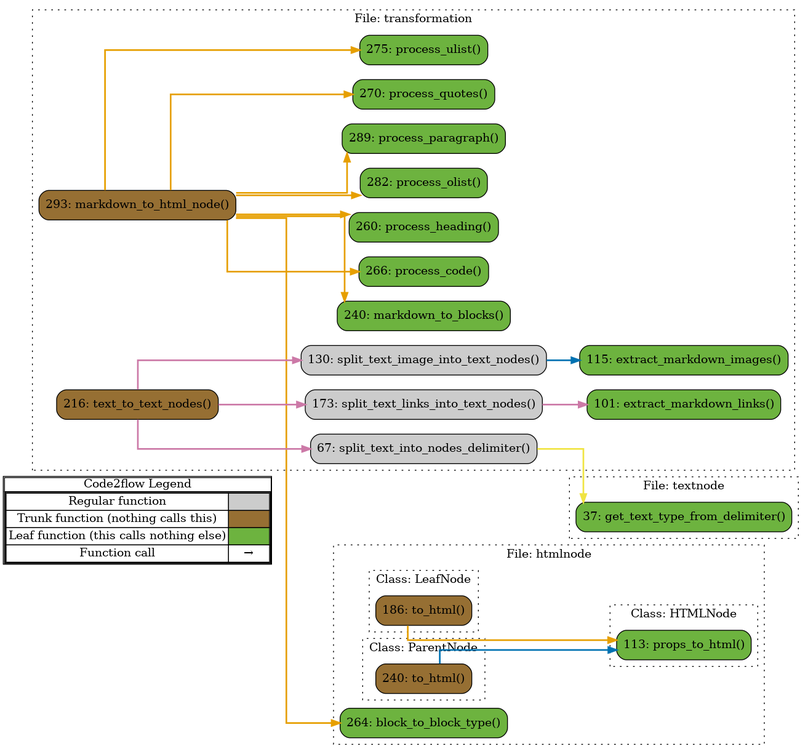
The Graphviz diagram code_metrics/method_dependencies.png in joss-thu/static-site-generator, before a commit. Its source is kept beside it as code_metrics/method_dependencies.gv.
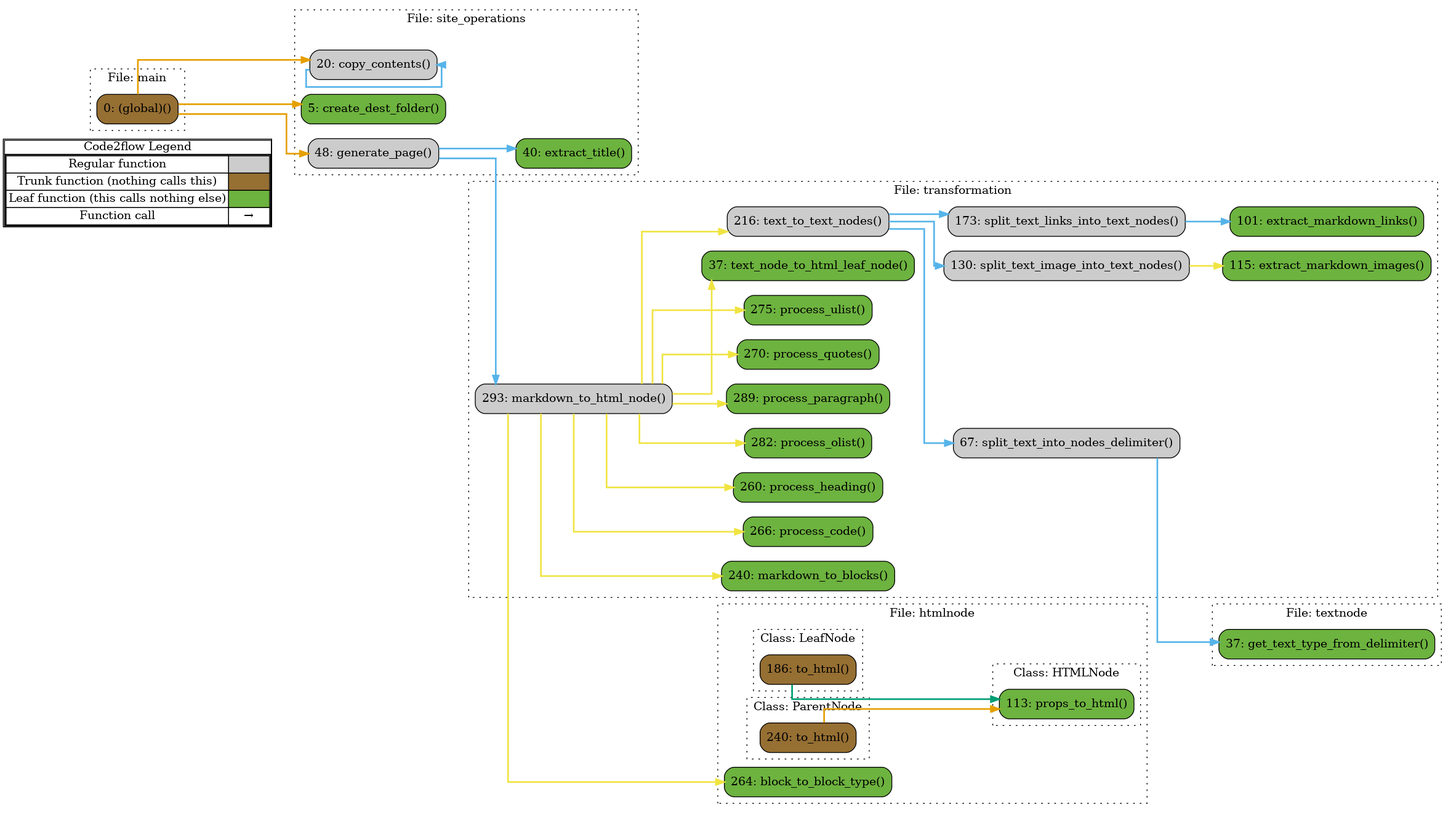
The same file after the commit.

Diff of the diagram source:
```diff
@@ -14,78 +14,107 @@
         <tr><td>Function call</td><td><font color='black'>&#8594;</font></td></tr>
         </table></td></tr></table>
         >];
-}node_a02063cc [label="113: props_to_html()" name="htmlnode::HTMLNode.props_to_html" shape="rect" style="rounded,filled" fillcolor="#6db33f" ];
-node_0928c6c1 [label="186: to_html()" name="htmlnode::LeafNode.to_html" shape="rect" style="rounded,filled" fillcolor="#966F33" ];
-node_4678e5ed [label="240: to_html()" name="htmlnode::ParentNode.to_html" shape="rect" style="rounded,filled" fillcolor="#966F33" ];
-node_578975c4 [label="264: block_to_block_type()" name="htmlnode::block_to_block_type" shape="rect" style="rounded,filled" fillcolor="#6db33f" ];
-node_115bb15d [label="37: get_text_type_from_delimiter()" name="textnode::get_text_type_from_delimiter" shape="rect" style="rounded,filled" fillcolor="#6db33f" ];
-node_eddccc70 [label="115: extract_markdown_images()" name="transformation::extract_markdown_images" shape="rect" style="rounded,filled" fillcolor="#6db33f" ];
-node_a75f6842 [label="101: extract_markdown_links()" name="transformation::extract_markdown_links" shape="rect" style="rounded,filled" fillcolor="#6db33f" ];
-node_1c1dc0c2 [label="240: markdown_to_blocks()" name="transformation::markdown_to_blocks" shape="rect" style="rounded,filled" fillcolor="#6db33f" ];
-node_5f975391 [label="293: markdown_to_html_node()" name="transformation::markdown_to_html_node" shape="rect" style="rounded,filled" fillcolor="#966F33" ];
-node_6351a863 [label="266: process_code()" name="transformation::process_code" shape="rect" style="rounded,filled" fillcolor="#6db33f" ];
-node_1b8320f4 [label="260: process_heading()" name="transformation::process_heading" shape="rect" style="rounded,filled" fillcolor="#6db33f" ];
-node_d5683684 [label="282: process_olist()" name="transformation::process_olist" shape="rect" style="rounded,filled" fillcolor="#6db33f" ];
-node_d24a84fe [label="289: process_paragraph()" name="transformation::process_paragraph" shape="rect" style="rounded,filled" fillcolor="#6db33f" ];
-node_90407701 [label="270: process_quotes()" name="transformation::process_quotes" shape="rect" style="rounded,filled" fillcolor="#6db33f" ];
-node_6139a97c [label="275: process_ulist()" name="transformation::process_ulist" shape="rect" style="rounded,filled" fillcolor="#6db33f" ];
-node_0840f19d [label="130: split_text_image_into_text_nodes()" name="transformation::split_text_image_into_text_nodes" shape="rect" style="rounded,filled" fillcolor="#cccccc" ];
-node_e5db025c [label="67: split_text_into_nodes_delimiter()" name="transformation::split_text_into_nodes_delimiter" shape="rect" style="rounded,filled" fillcolor="#cccccc" ];
-node_9be68c7f [label="173: split_text_links_into_text_nodes()" name="transformation::split_text_links_into_text_nodes" shape="rect" style="rounded,filled" fillcolor="#cccccc" ];
-node_c325692f [label="216: text_to_text_nodes()" name="transformation::text_to_text_nodes" shape="rect" style="rounded,filled" fillcolor="#966F33" ];
-node_0928c6c1 -> node_a02063cc [color="#E69F00" penwidth="2"];
-node_4678e5ed -> node_a02063cc [color="#0072B2" penwidth="2"];
-node_5f975391 -> node_578975c4 [color="#E69F00" penwidth="2"];
-node_5f975391 -> node_1c1dc0c2 [color="#E69F00" penwidth="2"];
-node_5f975391 -> node_6351a863 [color="#E69F00" penwidth="2"];
-node_5f975391 -> node_1b8320f4 [color="#E69F00" penwidth="2"];
-node_5f975391 -> node_d5683684 [color="#E69F00" penwidth="2"];
-node_5f975391 -> node_d24a84fe [color="#E69F00" penwidth="2"];
-node_5f975391 -> node_90407701 [color="#E69F00" penwidth="2"];
-node_5f975391 -> node_6139a97c [color="#E69F00" penwidth="2"];
-node_0840f19d -> node_eddccc70 [color="#0072B2" penwidth="2"];
-node_e5db025c -> node_115bb15d [color="#F0E442" penwidth="2"];
-node_9be68c7f -> node_a75f6842 [color="#CC79A7" penwidth="2"];
-node_c325692f -> node_0840f19d [color="#CC79A7" penwidth="2"];
-node_c325692f -> node_e5db025c [color="#CC79A7" penwidth="2"];
-node_c325692f -> node_9be68c7f [color="#CC79A7" penwidth="2"];
-subgraph cluster_2e3a1007 {
-    node_578975c4;
+}node_8ba48d17 [label="113: props_to_html()" name="htmlnode::HTMLNode.props_to_html" shape="rect" style="rounded,filled" fillcolor="#6db33f" ];
+node_1ed31513 [label="186: to_html()" name="htmlnode::LeafNode.to_html" shape="rect" style="rounded,filled" fillcolor="#966F33" ];
+node_ca60b9f1 [label="240: to_html()" name="htmlnode::ParentNode.to_html" shape="rect" style="rounded,filled" fillcolor="#966F33" ];
+node_f1bc3c9e [label="264: block_to_block_type()" name="htmlnode::block_to_block_type" shape="rect" style="rounded,filled" fillcolor="#6db33f" ];
+node_d8db5049 [label="0: (global)()" name="main::(global)" shape="rect" style="rounded,filled" fillcolor="#966F33" ];
+node_2e3863e2 [label="20: copy_contents()" name="site_operations::copy_contents" shape="rect" style="rounded,filled" fillcolor="#cccccc" ];
+node_2daec896 [label="5: create_dest_folder()" name="site_operations::create_dest_folder" shape="rect" style="rounded,filled" fillcolor="#6db33f" ];
+node_4b6c87aa [label="40: extract_title()" name="site_operations::extract_title" shape="rect" style="rounded,filled" fillcolor="#6db33f" ];
+node_8a90448a [label="48: generate_page()" name="site_operations::generate_page" shape="rect" style="rounded,filled" fillcolor="#cccccc" ];
+node_eefa88ed [label="37: get_text_type_from_delimiter()" name="textnode::get_text_type_from_delimiter" shape="rect" style="rounded,filled" fillcolor="#6db33f" ];
+node_4a1ffe7f [label="115: extract_markdown_images()" name="transformation::extract_markdown_images" shape="rect" style="rounded,filled" fillcolor="#6db33f" ];
+node_331100d9 [label="101: extract_markdown_links()" name="transformation::extract_markdown_links" shape="rect" style="rounded,filled" fillcolor="#6db33f" ];
+node_bcb129be [label="240: markdown_to_blocks()" name="transformation::markdown_to_blocks" shape="rect" style="rounded,filled" fillcolor="#6db33f" ];
+node_23837874 [label="293: markdown_to_html_node()" name="transformation::markdown_to_html_node" shape="rect" style="rounded,filled" fillcolor="#cccccc" ];
+node_b099480a [label="266: process_code()" name="transformation::process_code" shape="rect" style="rounded,filled" fillcolor="#6db33f" ];
+node_e1ec9eee [label="260: process_heading()" name="transformation::process_heading" shape="rect" style="rounded,filled" fillcolor="#6db33f" ];
+node_7b981184 [label="282: process_olist()" name="transformation::process_olist" shape="rect" style="rounded,filled" fillcolor="#6db33f" ];
+node_d78e69cb [label="289: process_paragraph()" name="transformation::process_paragraph" shape="rect" style="rounded,filled" fillcolor="#6db33f" ];
+node_20b3f26c [label="270: process_quotes()" name="transformation::process_quotes" shape="rect" style="rounded,filled" fillcolor="#6db33f" ];
+node_c303b94c [label="275: process_ulist()" name="transformation::process_ulist" shape="rect" style="rounded,filled" fillcolor="#6db33f" ];
+node_920866c4 [label="130: split_text_image_into_text_nodes()" name="transformation::split_text_image_into_text_nodes" shape="rect" style="rounded,filled" fillcolor="#cccccc" ];
+node_5ecbeeca [label="67: split_text_into_nodes_delimiter()" name="transformation::split_text_into_nodes_delimiter" shape="rect" style="rounded,filled" fillcolor="#cccccc" ];
+node_b9ffe5ba [label="173: split_text_links_into_text_nodes()" name="transformation::split_text_links_into_text_nodes" shape="rect" style="rounded,filled" fillcolor="#cccccc" ];
+node_a7330fff [label="37: text_node_to_html_leaf_node()" name="transformation::text_node_to_html_leaf_node" shape="rect" style="rounded,filled" fillcolor="#6db33f" ];
+node_0c33239a [label="216: text_to_text_nodes()" name="transformation::text_to_text_nodes" shape="rect" style="rounded,filled" fillcolor="#cccccc" ];
+node_1ed31513 -> node_8ba48d17 [color="#009E73" penwidth="2"];
+node_ca60b9f1 -> node_8ba48d17 [color="#E69F00" penwidth="2"];
+node_d8db5049 -> node_2e3863e2 [color="#E69F00" penwidth="2"];
+node_d8db5049 -> node_2daec896 [color="#E69F00" penwidth="2"];
+node_d8db5049 -> node_8a90448a [color="#E69F00" penwidth="2"];
+node_2e3863e2 -> node_2e3863e2 [color="#56B4E9" penwidth="2"];
+node_8a90448a -> node_4b6c87aa [color="#56B4E9" penwidth="2"];
+node_8a90448a -> node_23837874 [color="#56B4E9" penwidth="2"];
+node_23837874 -> node_f1bc3c9e [color="#F0E442" penwidth="2"];
+node_23837874 -> node_bcb129be [color="#F0E442" penwidth="2"];
+node_23837874 -> node_b099480a [color="#F0E442" penwidth="2"];
+node_23837874 -> node_e1ec9eee [color="#F0E442" penwidth="2"];
+node_23837874 -> node_7b981184 [color="#F0E442" penwidth="2"];
+node_23837874 -> node_d78e69cb [color="#F0E442" penwidth="2"];
+node_23837874 -> node_d78e69cb [color="#F0E442" penwidth="2"];
+node_23837874 -> node_20b3f26c [color="#F0E442" penwidth="2"];
+node_23837874 -> node_c303b94c [color="#F0E442" penwidth="2"];
+node_23837874 -> node_a7330fff [color="#F0E442" penwidth="2"];
+node_23837874 -> node_0c33239a [color="#F0E442" penwidth="2"];
+node_920866c4 -> node_4a1ffe7f [color="#F0E442" penwidth="2"];
+node_5ecbeeca -> node_eefa88ed [color="#56B4E9" penwidth="2"];
+node_b9ffe5ba -> node_331100d9 [color="#56B4E9" penwidth="2"];
+node_0c33239a -> node_920866c4 [color="#56B4E9" penwidth="2"];
+node_0c33239a -> node_5ecbeeca [color="#56B4E9" penwidth="2"];
+node_0c33239a -> node_b9ffe5ba [color="#56B4E9" penwidth="2"];
+subgraph cluster_55e36ac7 {
+    node_f1bc3c9e;
     label="File: htmlnode";
     name="htmlnode";
     style="filled";
     graph[style=dotted];
-    subgraph cluster_6f06f9fa {
-        node_a02063cc;
+    subgraph cluster_6139ae45 {
+        node_8ba48d17;
         label="Class: HTMLNode";
         name="HTMLNode";
         style="filled";
         graph[style=dotted];
     };
-    subgraph cluster_55e200b4 {
-        node_0928c6c1;
+    subgraph cluster_4ebeaaa9 {
+        node_1ed31513;
         label="Class: LeafNode";
         name="LeafNode";
         style="filled";
         graph[style=dotted];
     };
-    subgraph cluster_4b3a796b {
-        node_4678e5ed;
+    subgraph cluster_18f0ab29 {
+        node_ca60b9f1;
         label="Class: ParentNode";
         name="ParentNode";
         style="filled";
         graph[style=dotted];
     };
 };
-subgraph cluster_2ede6eaa {
-    node_115bb15d;
+subgraph cluster_cd3dbdab {
+    node_d8db5049;
+    label="File: main";
+    name="main";
+    style="filled";
+    graph[style=dotted];
+};
+subgraph cluster_9ddbf340 {
+    node_2daec896 node_2e3863e2 node_4b6c87aa node_8a90448a;
+    label="File: site_operations";
+    name="site_operations";
+    style="filled";
+    graph[style=dotted];
+};
+subgraph cluster_b0906103 {
+    node_eefa88ed;
     label="File: textnode";
     name="textnode";
     style="filled";
     graph[style=dotted];
 };
-subgraph cluster_e626cf2a {
-    node_e5db025c node_a75f6842 node_eddccc70 node_0840f19d node_9be68c7f node_c325692f node_1c1dc0c2 node_1b8320f4 node_6351a863 node_90407701 node_6139a97c node_d5683684 node_d24a84fe node_5f975391;
+subgraph cluster_e8fbb031 {
+    node_a7330fff node_5ecbeeca node_331100d9 node_4a1ffe7f node_920866c4 node_b9ffe5ba node_0c33239a node_bcb129be node_e1ec9eee node_b099480a node_20b3f26c node_c303b94c node_7b981184 node_d78e69cb node_23837874;
     label="File: transformation";
     name="transformation";
     style="filled";
```
